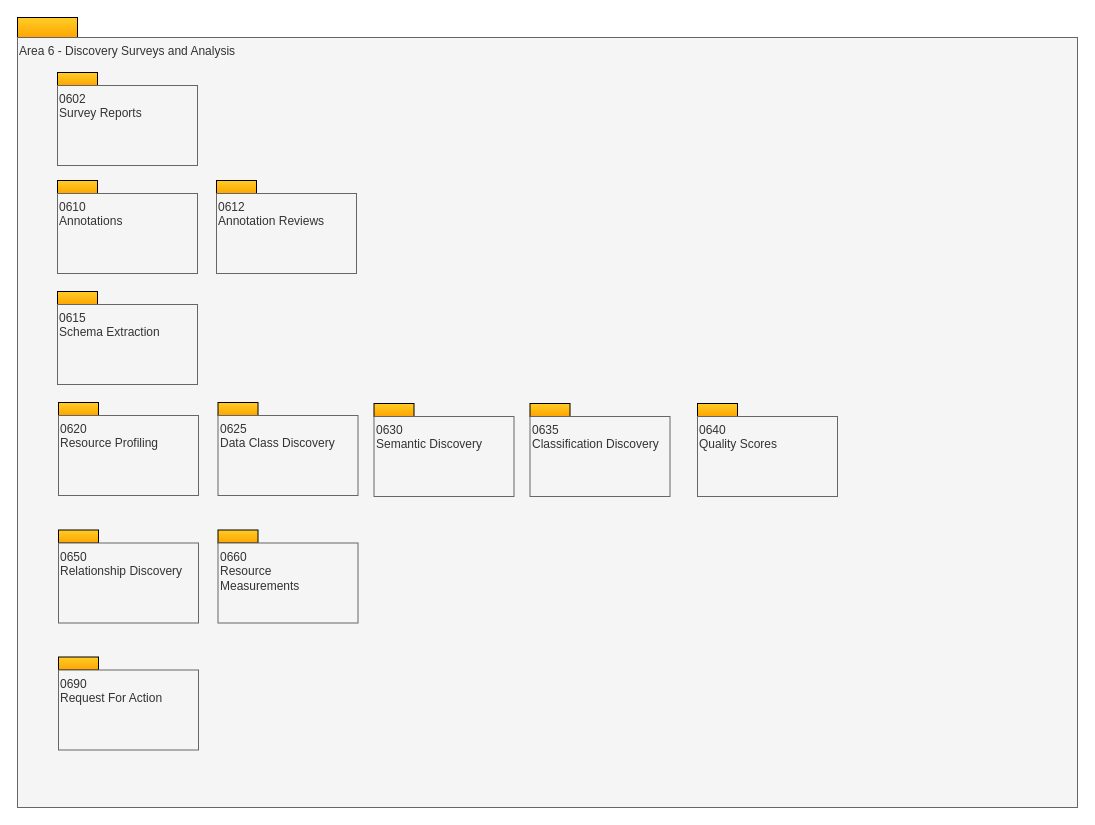
Before: page "overview" (1 of 14) of site/docs/types/6/area-6-discovery.drawio in odpi/egeria-docs, a draw.io diagram. Source tidied: cells renumbered, new cells numbered last; positions are measured from the earlier drawing's top-left corner, leaving out a move shared by most shapes. Both pictures are drawn from the tidied source at 100%, with x=0, y=0 at pixel (17, 17).
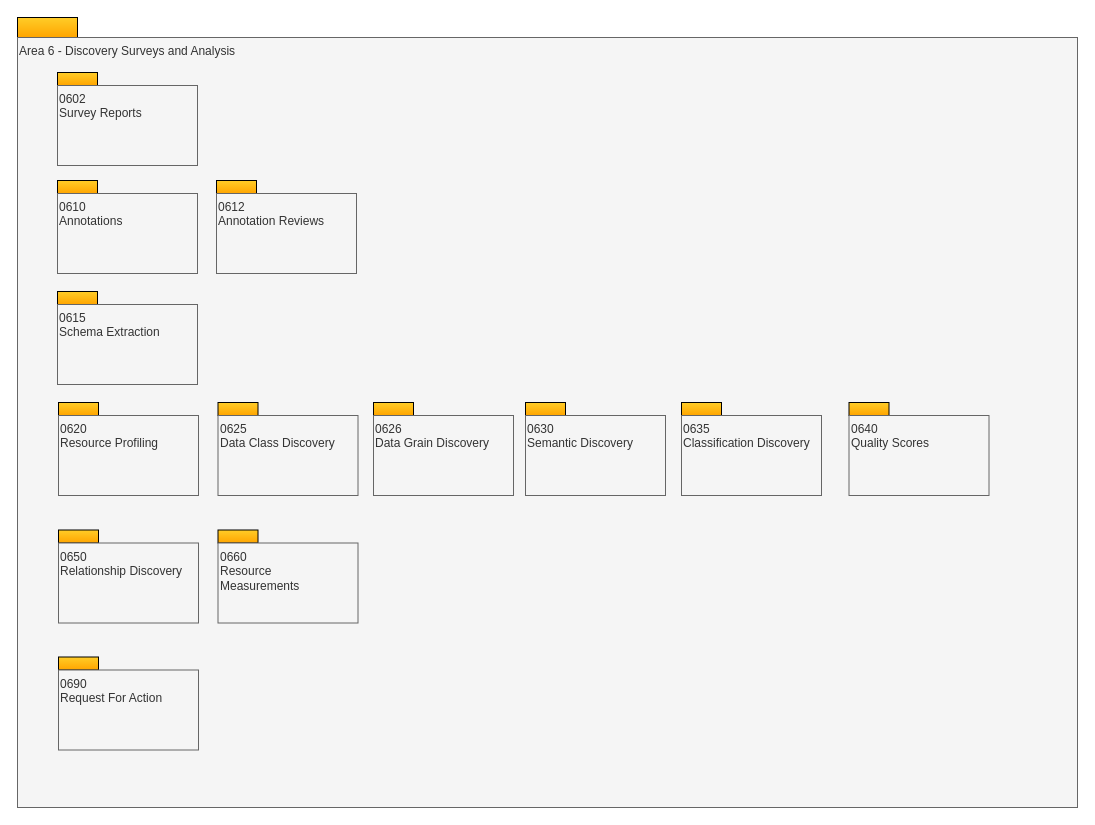
The same diagram, later.

Change to the diagram source:
```diff
@@
     <mxCell id="14" style="rounded=0;whiteSpace=wrap;html=1;align=left;fillColor=#ffcd28;strokeColor=#000000;gradientColor=#ffa500;" parent="1" vertex="1">
-      <mxGeometry x="356.5" y="386" width="40" height="13" as="geometry" />
+      <mxGeometry x="508" y="385" width="40" height="13" as="geometry" />
     </mxCell>
     <mxCell id="15" value="0630&lt;br&gt;Semantic Discovery&lt;br&gt;" style="rounded=0;whiteSpace=wrap;html=1;align=left;verticalAlign=top;fillColor=#f5f5f5;fontColor=#333333;strokeColor=#666666;" parent="1" vertex="1">
-      <mxGeometry x="356.5" y="399" width="140" height="80" as="geometry" />
+      <mxGeometry x="508" y="398" width="140" height="80" as="geometry" />
     </mxCell>
     <mxCell id="16" style="rounded=0;whiteSpace=wrap;html=1;align=left;fillColor=#ffcd28;strokeColor=#000000;gradientColor=#ffa500;" parent="1" vertex="1">
-      <mxGeometry x="512.5" y="386" width="40" height="13" as="geometry" />
+      <mxGeometry x="664" y="385" width="40" height="13" as="geometry" />
     </mxCell>
     <mxCell id="17" value="0635&lt;br&gt;Classification Discovery&lt;br&gt;" style="rounded=0;whiteSpace=wrap;html=1;align=left;verticalAlign=top;fillColor=#f5f5f5;fontColor=#333333;strokeColor=#666666;" parent="1" vertex="1">
-      <mxGeometry x="512.5" y="399" width="140" height="80" as="geometry" />
+      <mxGeometry x="664" y="398" width="140" height="80" as="geometry" />
     </mxCell>
@@
     <mxCell id="24" style="rounded=0;whiteSpace=wrap;html=1;align=left;fillColor=#ffcd28;strokeColor=#000000;gradientColor=#ffa500;" parent="1" vertex="1">
-      <mxGeometry x="680" y="386" width="40" height="13" as="geometry" />
+      <mxGeometry x="831.5" y="385" width="40" height="13" as="geometry" />
     </mxCell>
     <mxCell id="25" value="0640&lt;br&gt;Quality Scores&lt;br&gt;" style="rounded=0;whiteSpace=wrap;html=1;align=left;verticalAlign=top;fillColor=#f5f5f5;fontColor=#333333;strokeColor=#666666;" parent="1" vertex="1">
-      <mxGeometry x="680" y="399" width="140" height="80" as="geometry" />
+      <mxGeometry x="831.5" y="398" width="140" height="80" as="geometry" />
     </mxCell>
@@
+    <mxCell id="28" style="rounded=0;whiteSpace=wrap;html=1;align=left;fillColor=#ffcd28;strokeColor=#000000;gradientColor=#ffa500;" parent="1" vertex="1">
+      <mxGeometry x="356" y="385" width="40" height="13" as="geometry" />
+    </mxCell>
+    <mxCell id="29" value="0626&lt;br&gt;Data Grain Discovery" style="rounded=0;whiteSpace=wrap;html=1;align=left;verticalAlign=top;fillColor=#f5f5f5;fontColor=#333333;strokeColor=#666666;" parent="1" vertex="1">
+      <mxGeometry x="356" y="398" width="140" height="80" as="geometry" />
+    </mxCell>
```
